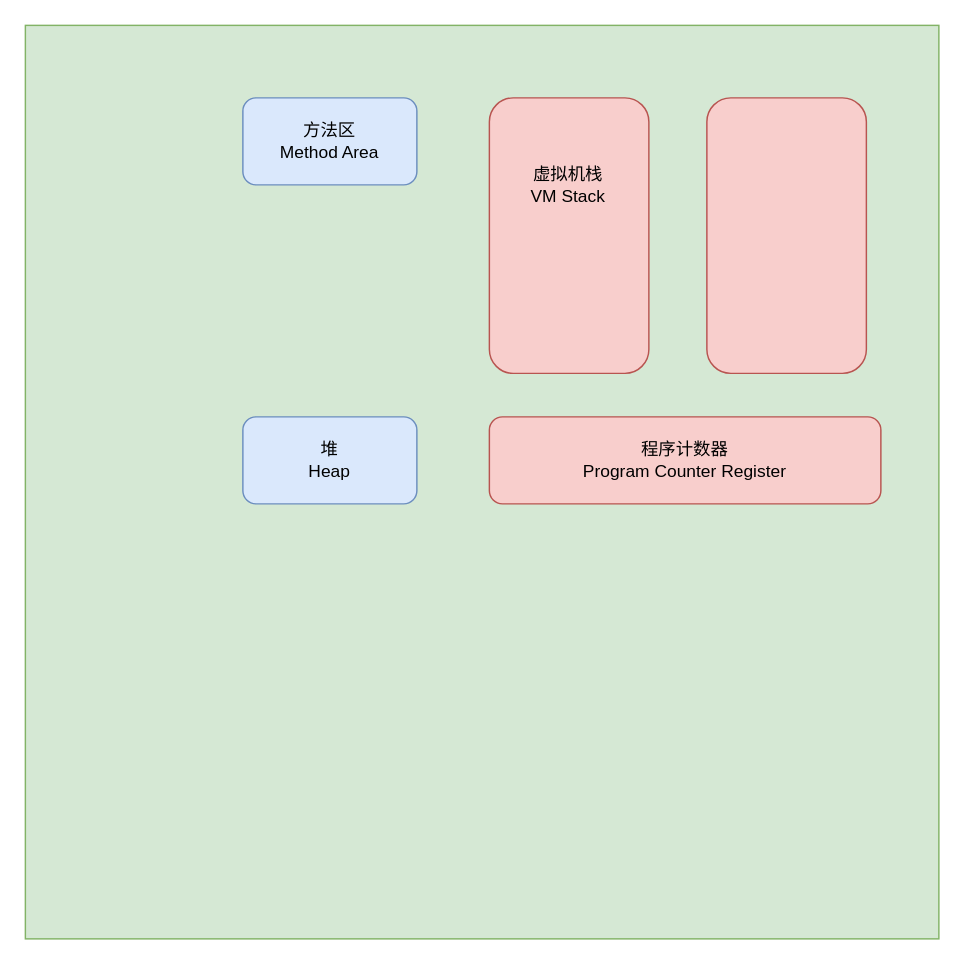
The draw.io diagram Untitled Diagram.drawio in fengwangjie/guice, before the edit. Source tidied: cells renumbered, new cells numbered last; positions are measured from the earlier drawing's top-left corner, leaving out a move shared by most shapes. Both pictures are drawn from the tidied source at 145%, with x=0, y=0 at pixel (25, 25).
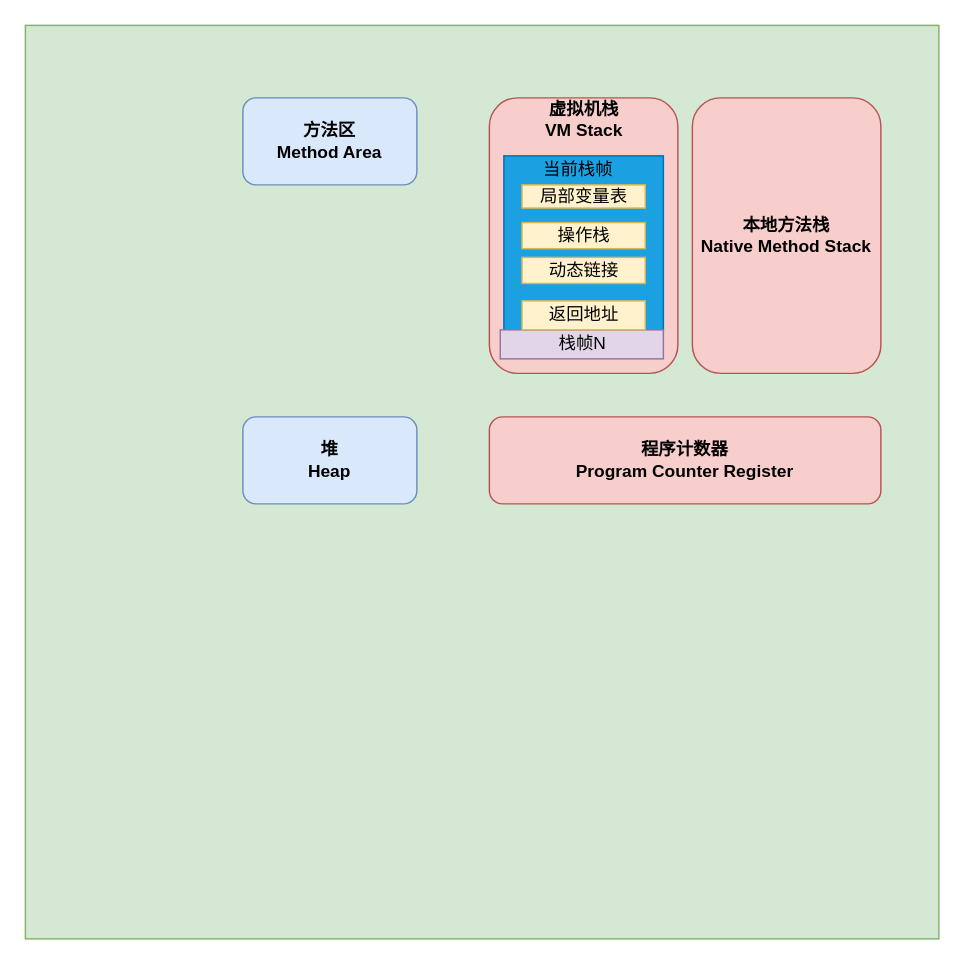
The same page after the edit.

Change to the diagram source:
```diff
@@
 <mxGraphModel>
   <root>
     <mxCell id="0" />
     <mxCell id="1" parent="0" />
     <mxCell id="2" style="whiteSpace=wrap;html=1;fillColor=#d5e8d4;strokeColor=#82b366;" parent="1" vertex="1">
       <mxGeometry width="630" height="630" as="geometry" />
     </mxCell>
-    <mxCell id="3" value="堆&lt;br&gt;Heap" style="rounded=1;whiteSpace=wrap;html=1;fillColor=#dae8fc;strokeColor=#6c8ebf;" parent="1" vertex="1">
+    <mxCell id="3" value="堆&lt;br&gt;Heap" style="rounded=1;whiteSpace=wrap;html=1;fillColor=#dae8fc;strokeColor=#6c8ebf;fontStyle=1;" parent="1" vertex="1">
       <mxGeometry x="150" y="270" width="120" height="60" as="geometry" />
     </mxCell>
-    <mxCell id="4" value="方法区&lt;br&gt;Method Area" style="rounded=1;whiteSpace=wrap;html=1;fillColor=#dae8fc;strokeColor=#6c8ebf;" parent="1" vertex="1">
+    <mxCell id="4" value="方法区&lt;br&gt;Method Area" style="rounded=1;whiteSpace=wrap;html=1;fillColor=#dae8fc;strokeColor=#6c8ebf;fontStyle=1;" parent="1" vertex="1">
       <mxGeometry x="150" y="50" width="120" height="60" as="geometry" />
     </mxCell>
-    <mxCell id="5" value="程序计数器&lt;br&gt;Program Counter Register" style="rounded=1;whiteSpace=wrap;html=1;fillColor=#f8cecc;strokeColor=#b85450;" parent="1" vertex="1">
+    <mxCell id="5" value="程序计数器&lt;br&gt;Program Counter Register" style="rounded=1;whiteSpace=wrap;html=1;fillColor=#f8cecc;strokeColor=#b85450;fontStyle=1;" parent="1" vertex="1">
       <mxGeometry x="320" y="270" width="270" height="60" as="geometry" />
     </mxCell>
     <mxCell id="6" style="rounded=1;whiteSpace=wrap;html=1;fillColor=#f8cecc;strokeColor=#b85450;align=center;" parent="1" vertex="1">
-      <mxGeometry x="320" y="50" width="110" height="190" as="geometry" />
+      <mxGeometry x="320" y="50" width="130" height="190" as="geometry" />
     </mxCell>
-    <mxCell id="7" style="rounded=1;whiteSpace=wrap;html=1;fillColor=#f8cecc;strokeColor=#b85450;" parent="1" vertex="1">
-      <mxGeometry x="470" y="50" width="110" height="190" as="geometry" />
+    <mxCell id="7" value="本地方法栈&lt;br&gt;Native Method Stack" style="rounded=1;whiteSpace=wrap;html=1;fillColor=#f8cecc;strokeColor=#b85450;fontStyle=1;" parent="1" vertex="1">
+      <mxGeometry x="460" y="50" width="130" height="190" as="geometry" />
     </mxCell>
-    <mxCell id="8" value="&lt;span&gt;虚拟机栈&lt;/span&gt;&lt;br&gt;&lt;span&gt;VM Stack&lt;/span&gt;" style="text;html=1;align=center;verticalAlign=middle;fillColor=none;strokeColor=none;rounded=0;" parent="1" vertex="1">
-      <mxGeometry x="339" y="95" width="70" height="30" as="geometry" />
+    <mxCell id="8" value="&lt;span&gt;虚拟机栈&lt;/span&gt;&lt;br&gt;&lt;span&gt;VM Stack&lt;/span&gt;" style="text;html=1;align=center;verticalAlign=middle;fillColor=none;strokeColor=none;rounded=0;fontStyle=1;" parent="1" vertex="1">
+      <mxGeometry x="350" y="50" width="70" height="30" as="geometry" />
     </mxCell>
+    <mxCell id="9" style="edgeStyle=orthogonalEdgeStyle;rounded=0;jettySize=auto;html=1;" parent="1" edge="1" target="11">
+      <mxGeometry relative="1" as="geometry">
+        <mxPoint x="378.5" y="210" as="sourcePoint" />
+      </mxGeometry>
+    </mxCell>
+    <mxCell id="10" style="edgeStyle=orthogonalEdgeStyle;rounded=0;jettySize=auto;html=1;" parent="1" edge="1" target="11">
+      <mxGeometry relative="1" as="geometry">
+        <mxPoint x="378.5" y="210" as="sourcePoint" />
+      </mxGeometry>
+    </mxCell>
+    <mxCell id="11" style="rounded=0;whiteSpace=wrap;fillColor=#1ba1e2;strokeColor=#006EAF;fontColor=#ffffff;" parent="1" vertex="1">
+      <mxGeometry x="330" y="90" width="110" height="120" as="geometry" />
+    </mxCell>
+    <mxCell id="12" value="栈帧N" style="rounded=0;whiteSpace=wrap;html=1;fillColor=#e1d5e7;strokeColor=#9673a6;" parent="1" vertex="1">
+      <mxGeometry x="327.5" y="210" width="112.5" height="20" as="geometry" />
+    </mxCell>
+    <mxCell id="13" value="当前栈帧" style="text;html=1;align=center;verticalAlign=middle;fillColor=none;strokeColor=none;rounded=0;" parent="1" vertex="1">
+      <mxGeometry x="350.5" y="90" width="60" height="20" as="geometry" />
+    </mxCell>
+    <mxCell id="14" value="局部变量表" style="rounded=0;whiteSpace=wrap;fillColor=#fff2cc;strokeColor=#d6b656;fontFamily=Helvetica;fontStyle=0;align=center;" parent="1" vertex="1">
+      <mxGeometry x="342.5" y="110" width="85" height="16" as="geometry" />
+    </mxCell>
+    <mxCell id="15" value="操作栈" style="rounded=0;whiteSpace=wrap;fillColor=#fff2cc;strokeColor=#d6b656;" parent="1" vertex="1">
+      <mxGeometry x="342.5" y="136" width="85" height="18" as="geometry" />
+    </mxCell>
+    <mxCell id="16" value="动态链接" style="rounded=0;whiteSpace=wrap;html=1;fillColor=#fff2cc;strokeColor=#d6b656;" parent="1" vertex="1">
+      <mxGeometry x="342.5" y="160" width="85" height="18" as="geometry" />
+    </mxCell>
+    <mxCell id="17" value="返回地址" style="rounded=0;whiteSpace=wrap;html=1;fillColor=#fff2cc;strokeColor=#d6b656;" parent="1" vertex="1">
+      <mxGeometry x="342.5" y="190" width="85" height="20" as="geometry" />
+    </mxCell>
   </root>
 </mxGraphModel>
```
